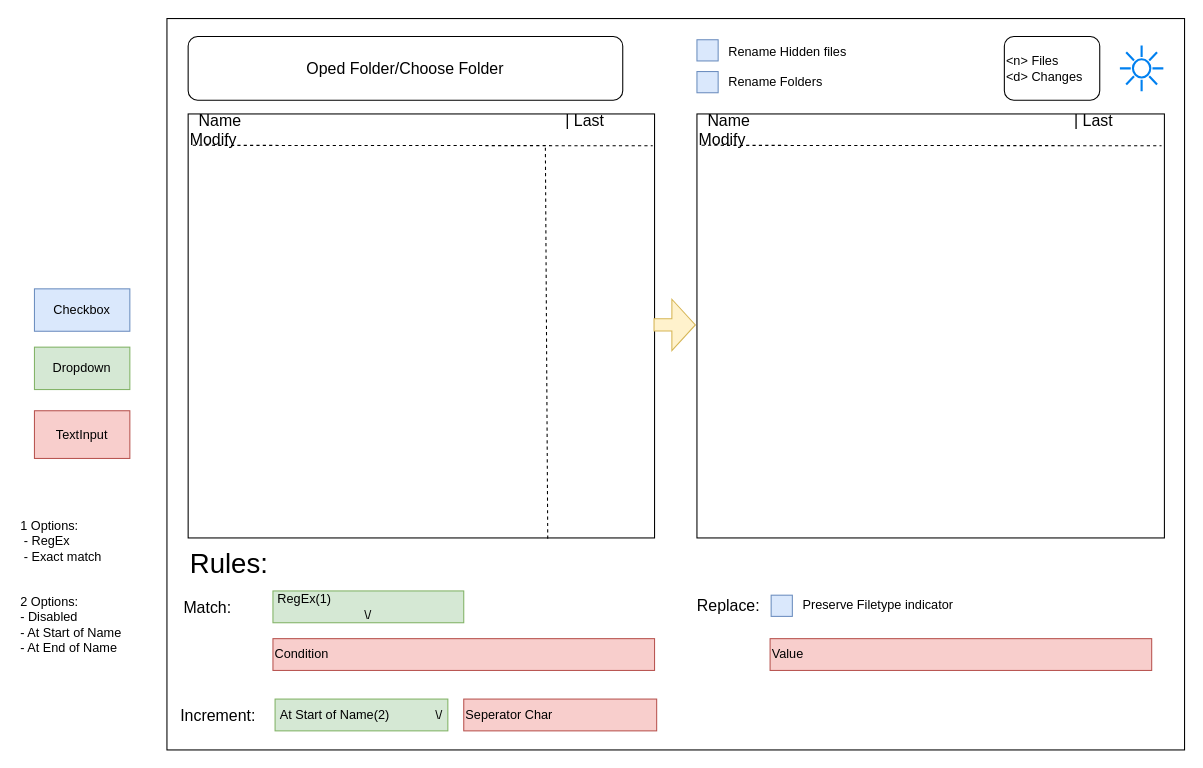
This is documentation/app design.drawio from DerVogel101/bulk-rename-gbrrr, a draw.io file, before an edit. Source tidied: cells renumbered, new cells numbered last; positions are measured from the earlier drawing's top-left corner, leaving out a move shared by most shapes. Both pictures are drawn from the tidied source at 106%, with x=0, y=0 at pixel (18, 18).
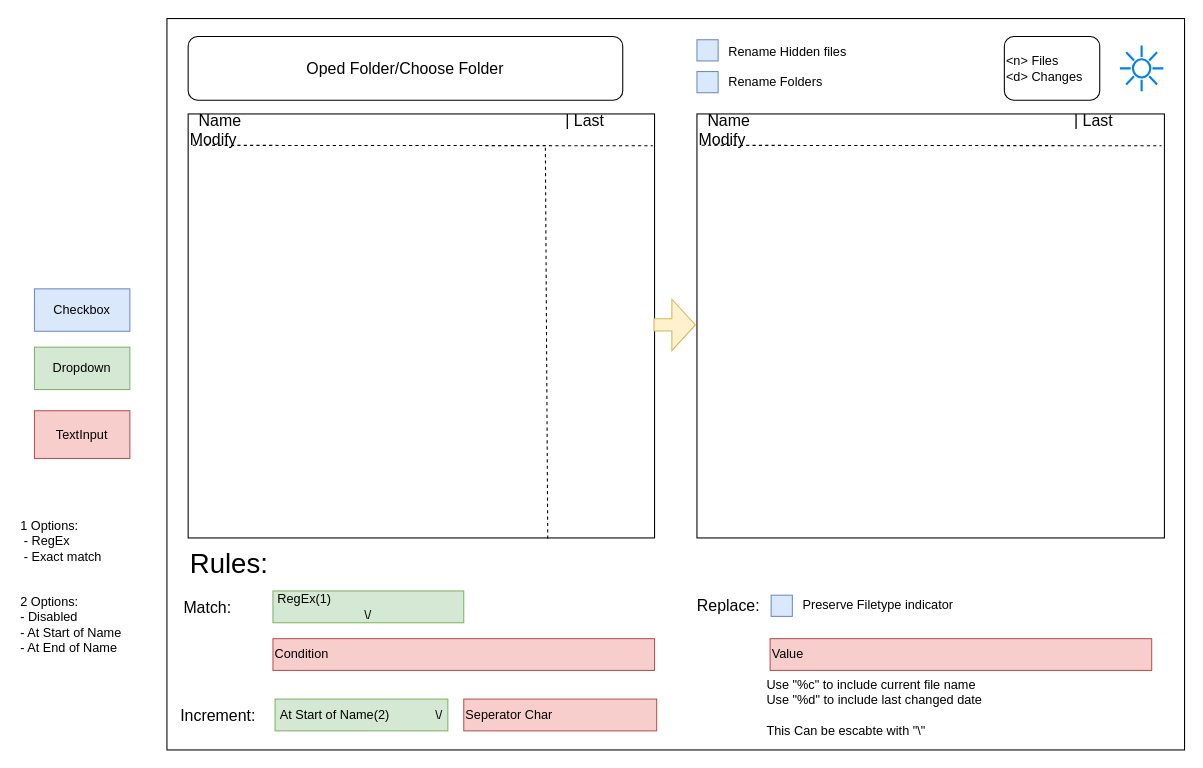
The same diagram, later.

What changed in the source:
```diff
@@
+    <mxCell id="33" value="&lt;div&gt;Use &quot;%c&quot; to include current file name&lt;/div&gt;&lt;div&gt;Use &quot;%d&quot; to include last changed date&lt;/div&gt;&lt;div&gt;&lt;br&gt;&lt;/div&gt;&lt;div&gt;This Can be escabte with &quot;\&quot;&lt;/div&gt;" style="text;html=1;align=left;verticalAlign=top;whiteSpace=wrap;rounded=0;" parent="1" vertex="1">
+      <mxGeometry x="704" y="615" width="365" height="60" as="geometry" />
+    </mxCell>
```
